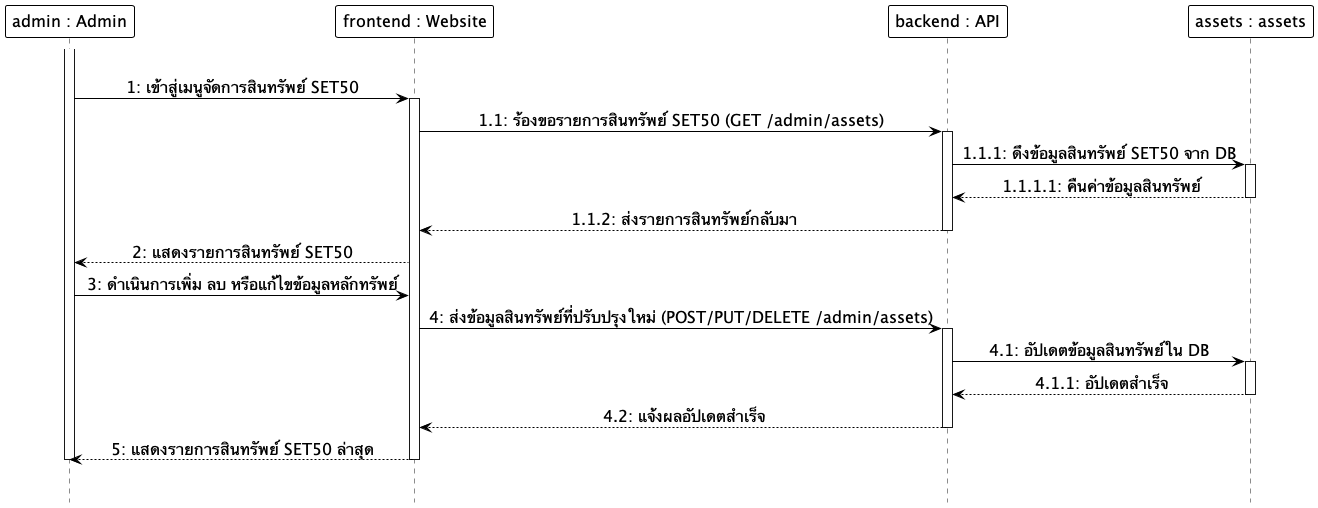
Anatta-at/my-portfolio-app keeps this PlantUML diagram as docs/diagrams/images/sequence/sequence_15_manage_assets.png. Above is the earlier version.
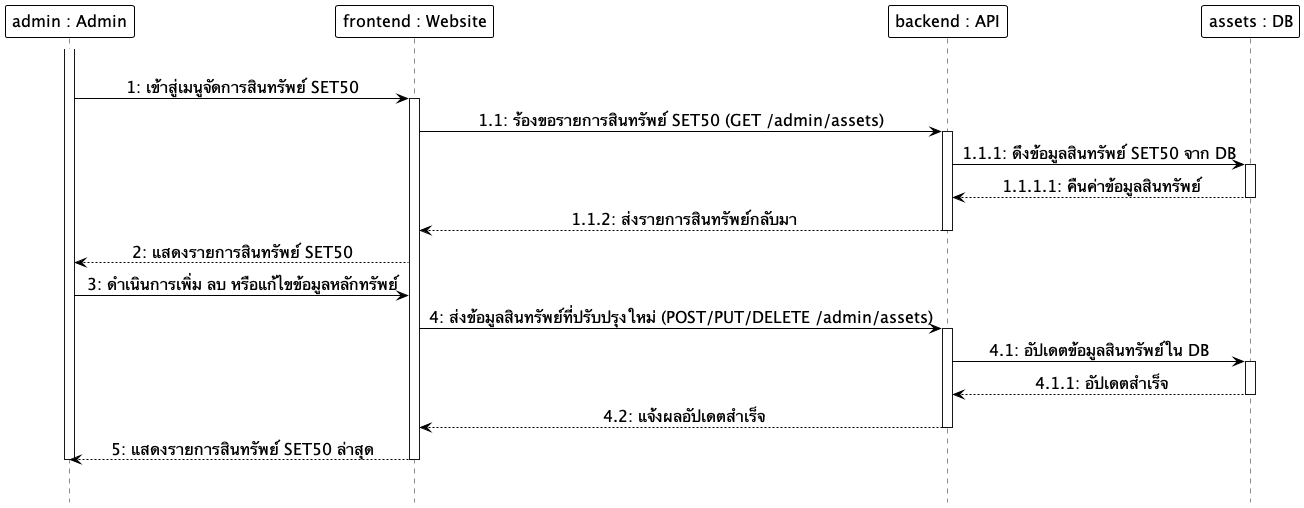
After the commit.

Commit message:
docs: Refactor diagram participant names to use Table : DB notation for academic clarity

What changed in the source:
```diff
@@ -19,7 +19,7 @@
 participant "admin : Admin" as Admin
 participant "frontend : Website" as Frontend
 participant "backend : API" as Backend
-participant "assets : assets" as DB
+participant "assets : DB" as DB
 
 |||
 activate Admin
```
